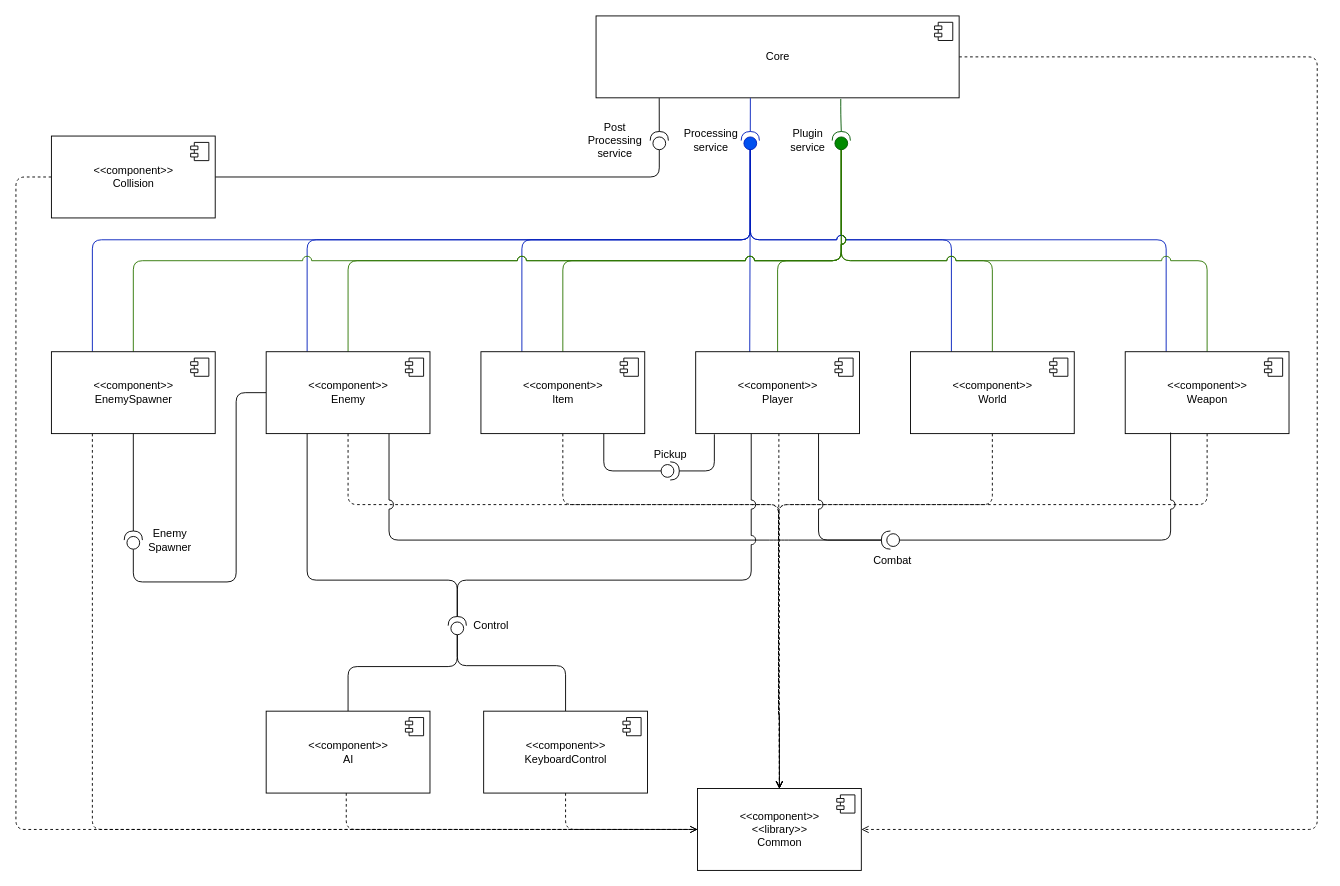
Before: docs/diagrams/components.drawio in sesem4/Nelda, a draw.io diagram. Source tidied: cells renumbered, new cells numbered last; positions are measured from the earlier drawing's top-left corner, leaving out a move shared by most shapes. Both pictures are drawn from the tidied source at 91%, with x=0, y=0 at pixel (15, 15).
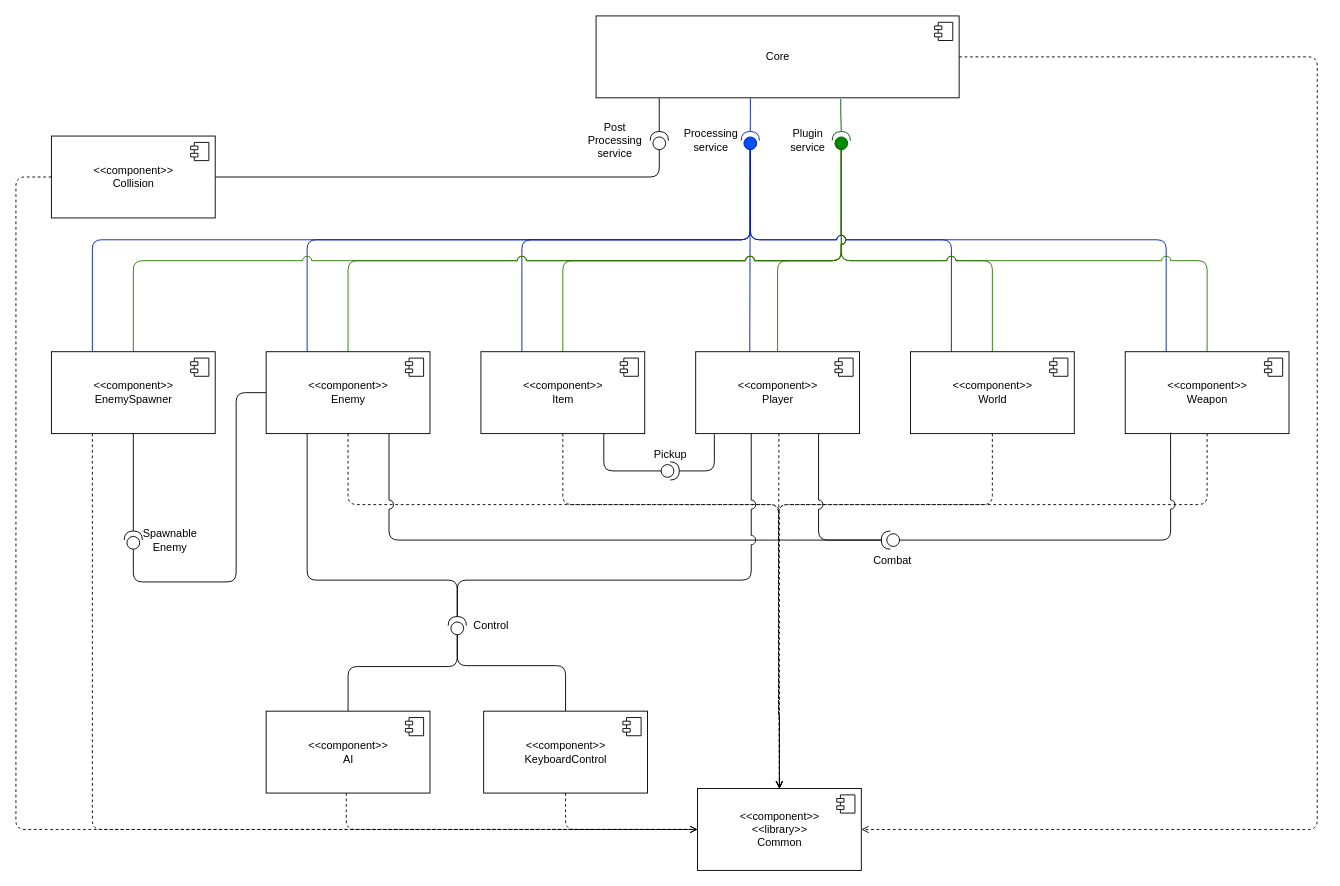
The same page after the edit.

The edit, as a diff of the source:
```diff
@@
-    <mxCell id="67" value="Enemy Spawner" style="text;html=1;strokeColor=none;fillColor=none;align=center;verticalAlign=middle;whiteSpace=wrap;rounded=0;" parent="1" vertex="1">
+    <mxCell id="67" value="Spawnable Enemy" style="text;html=1;strokeColor=none;fillColor=none;align=center;verticalAlign=middle;whiteSpace=wrap;rounded=0;" parent="1" vertex="1">
       <mxGeometry x="129" y="553" width="81" height="46" as="geometry" />
     </mxCell>
```
